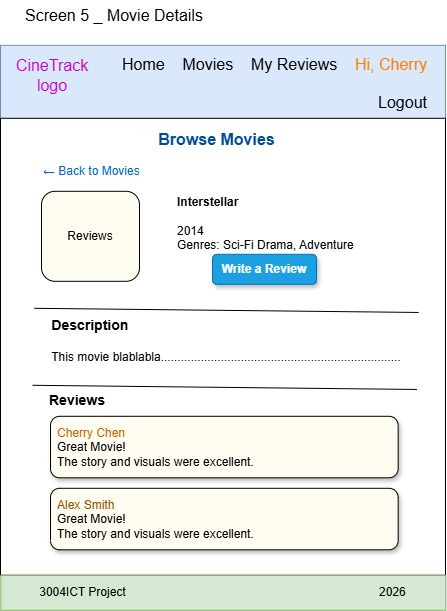
Above: public/images/movie-details.png in cherry4049/3004ICT-movie-watchlist (draw.io), before the change. Source tidied: cells renumbered, new cells last; positions are measured from the earlier drawing's top-left corner, leaving out a move shared by most shapes. Its diagram source:
```xml
<mxGraphModel>
  <root>
    <mxCell id="0" />
    <mxCell id="1" parent="0" />
    <mxCell id="2" style="rounded=0;whiteSpace=wrap;html=1;fillColor=#dae8fc;strokeColor=#6c8ebf;" parent="1" vertex="1">
      <mxGeometry y="45" width="445" height="76" as="geometry" />
    </mxCell>
    <mxCell id="3" value="&amp;nbsp; &amp;nbsp; &amp;nbsp; &amp;nbsp; &amp;nbsp; &amp;nbsp;&amp;nbsp; " style="rounded=0;whiteSpace=wrap;html=1;verticalAlign=bottom;spacingBottom=0;fillColor=#FFFFFF;" parent="1" vertex="1">
      <mxGeometry y="118" width="445" height="457" as="geometry" />
    </mxCell>
    <mxCell id="4" value="&lt;span style=&quot;color: rgb(204, 0, 204);&quot;&gt;CineTrack logo&lt;/span&gt;" style="text;html=1;whiteSpace=wrap;strokeColor=none;fillColor=none;align=center;verticalAlign=middle;rounded=0;fontSize=16;" parent="1" vertex="1">
      <mxGeometry x="22" y="60" width="60" height="30" as="geometry" />
    </mxCell>
    <mxCell id="5" value="Home&amp;nbsp; &amp;nbsp; Movies&amp;nbsp; &amp;nbsp; My Reviews&amp;nbsp; &amp;nbsp; &lt;span style=&quot;color: light-dark(rgb(255, 128, 0), rgb(255, 255, 255));&quot;&gt;H&lt;span style=&quot;background-color: transparent;&quot;&gt;i, Cherry&lt;/span&gt;&lt;/span&gt;&lt;div&gt;&lt;span style=&quot;background-color: transparent; color: light-dark(rgb(0, 0, 0), rgb(255, 255, 255));&quot;&gt;&lt;br&gt;&lt;/span&gt;&lt;/div&gt;&lt;div&gt;&lt;span style=&quot;background-color: transparent; color: light-dark(rgb(0, 0, 0), rgb(255, 255, 255));&quot;&gt;Logout&lt;/span&gt;&lt;/div&gt;" style="text;html=1;whiteSpace=wrap;strokeColor=none;fillColor=none;align=right;verticalAlign=middle;rounded=0;fontSize=16;" parent="1" vertex="1">
      <mxGeometry x="120" y="52.5" width="309" height="61.5" as="geometry" />
    </mxCell>
    <mxCell id="6" value="&lt;b&gt;&lt;font style=&quot;font-size: 16px; color: rgb(0, 76, 153);&quot;&gt;Browse Movies&lt;/font&gt;&lt;/b&gt;" style="text;html=1;whiteSpace=wrap;strokeColor=none;fillColor=none;align=center;verticalAlign=middle;rounded=0;" parent="1" vertex="1">
      <mxGeometry x="46" y="124" width="341" height="30" as="geometry" />
    </mxCell>
    <mxCell id="7" value="Screen 5 _ Movie Details" style="text;html=1;whiteSpace=wrap;strokeColor=none;fillColor=none;align=center;verticalAlign=middle;rounded=0;fontSize=16;" parent="1" vertex="1">
      <mxGeometry x="16" width="196" height="30" as="geometry" />
    </mxCell>
    <mxCell id="8" value="Reviews " style="rounded=1;whiteSpace=wrap;html=1;align=center;fillColor=#FFFDF2;" parent="1" vertex="1">
      <mxGeometry x="41" y="191" width="98" height="90" as="geometry" />
    </mxCell>
    <mxCell id="9" value="&lt;div style=&quot;text-align: left;&quot;&gt;&lt;b style=&quot;font-size: 14px; background-color: transparent; color: light-dark(rgb(0, 0, 0), rgb(255, 255, 255));&quot;&gt;Description&lt;/b&gt;&lt;/div&gt;&lt;div style=&quot;text-align: left;&quot;&gt;&lt;font style=&quot;font-size: 14px;&quot;&gt;&lt;b&gt;&lt;br&gt;&lt;/b&gt;&lt;/font&gt;&lt;/div&gt;&lt;div style=&quot;text-align: left;&quot;&gt;&lt;font&gt;This movie blablabla........................................................................&lt;/font&gt;&lt;/div&gt;" style="text;html=1;whiteSpace=wrap;strokeColor=none;fillColor=none;align=center;verticalAlign=middle;rounded=0;" parent="1" vertex="1">
      <mxGeometry x="37.8" y="308" width="376" height="64" as="geometry" />
    </mxCell>
    <mxCell id="10" value="Write a Review" style="rounded=1;whiteSpace=wrap;html=1;fillColor=#1ba1e2;strokeColor=#006EAF;fontColor=#ffffff;fontStyle=1;shadow=1;" parent="1" vertex="1">
      <mxGeometry x="212" y="254" width="104" height="30" as="geometry" />
    </mxCell>
    <mxCell id="11" value="&lt;span style=&quot;color: rgb(0, 102, 204);&quot;&gt;← Back to Movies&lt;/span&gt;" style="text;whiteSpace=wrap;html=1;" parent="1" vertex="1">
      <mxGeometry x="41" y="157" width="125" height="36" as="geometry" />
    </mxCell>
    <mxCell id="12" value="&lt;b&gt;Interstellar&lt;/b&gt;&lt;div&gt;&lt;b&gt;&lt;br&gt;&lt;/b&gt;&lt;/div&gt;&lt;div&gt;2014&lt;/div&gt;&lt;div&gt;Genres: Sci-Fi Drama, Adventure&lt;/div&gt;&lt;div&gt;&lt;b&gt;&lt;br&gt;&lt;/b&gt;&lt;/div&gt;" style="text;whiteSpace=wrap;html=1;shadow=1;" parent="1" vertex="1">
      <mxGeometry x="174.5" y="188" width="221.2" height="76" as="geometry" />
    </mxCell>
    <mxCell id="13" value="&lt;b&gt;&lt;font style=&quot;font-size: 14px;&quot;&gt;Reviews&lt;/font&gt;&lt;/b&gt;" style="text;whiteSpace=wrap;html=1;" parent="1" vertex="1">
      <mxGeometry x="47" y="385" width="73" height="36" as="geometry" />
    </mxCell>
    <mxCell id="14" value="&lt;span style=&quot;color: rgb(204, 102, 0);&quot;&gt;Cherry Chen&lt;/span&gt;&lt;div&gt;Great Movie!&lt;/div&gt;&lt;div&gt;The story and visuals were excellent.&lt;/div&gt;" style="rounded=1;whiteSpace=wrap;html=1;align=left;spacingLeft=5;fillColor=#FFFDF2;shadow=1;" parent="1" vertex="1">
      <mxGeometry x="50" y="416" width="347.7" height="61.5" as="geometry" />
    </mxCell>
    <mxCell id="15" value="&lt;span style=&quot;color: rgb(153, 76, 0);&quot;&gt;Alex Smith&lt;/span&gt;&lt;div&gt;Great Movie!&lt;/div&gt;&lt;div&gt;The story and visuals were excellent.&lt;/div&gt;" style="rounded=1;whiteSpace=wrap;html=1;align=left;spacingLeft=5;fillColor=#FFFDF2;shadow=1;" parent="1" vertex="1">
      <mxGeometry x="50" y="488" width="347.7" height="61.5" as="geometry" />
    </mxCell>
    <mxCell id="16" value="3004ICT Project&amp;nbsp; &amp;nbsp; &amp;nbsp; &amp;nbsp; &amp;nbsp; &amp;nbsp; &amp;nbsp; &amp;nbsp; &amp;nbsp; &amp;nbsp; &amp;nbsp; &amp;nbsp; &amp;nbsp; &amp;nbsp; &amp;nbsp; &amp;nbsp; &amp;nbsp; &amp;nbsp; &amp;nbsp; &amp;nbsp; &amp;nbsp; &amp;nbsp; &amp;nbsp; &amp;nbsp; &amp;nbsp; &amp;nbsp; &amp;nbsp; &amp;nbsp; &amp;nbsp; &amp;nbsp; &amp;nbsp; &amp;nbsp; &amp;nbsp; &amp;nbsp; &amp;nbsp; &amp;nbsp; &amp;nbsp; &amp;nbsp; 2026" style="text;html=1;whiteSpace=wrap;strokeColor=#82b366;fillColor=#d5e8d4;align=center;verticalAlign=middle;rounded=0;" parent="1" vertex="1">
      <mxGeometry x="0.3" y="575" width="445" height="35" as="geometry" />
    </mxCell>
    <mxCell id="17" style="endArrow=none;html=1;rounded=0;fontSize=12;startSize=8;endSize=8;curved=1;exitX=0;exitY=0;exitDx=0;exitDy=0;entryX=1.022;entryY=0.065;entryDx=0;entryDy=0;entryPerimeter=0;" parent="1" edge="1">
      <mxGeometry relative="1" as="geometry">
        <mxPoint x="33.8" y="308" as="sourcePoint" />
        <mxPoint x="418.1" y="312.2" as="targetPoint" />
      </mxGeometry>
    </mxCell>
    <mxCell id="18" style="endArrow=none;html=1;rounded=0;fontSize=12;startSize=8;endSize=8;curved=1;exitX=0;exitY=0;exitDx=0;exitDy=0;entryX=1.022;entryY=0.065;entryDx=0;entryDy=0;entryPerimeter=0;" parent="1" edge="1">
      <mxGeometry relative="1" as="geometry">
        <mxPoint x="32.2" y="385" as="sourcePoint" />
        <mxPoint x="416.5" y="389.2" as="targetPoint" />
      </mxGeometry>
    </mxCell>
  </root>
</mxGraphModel>
```
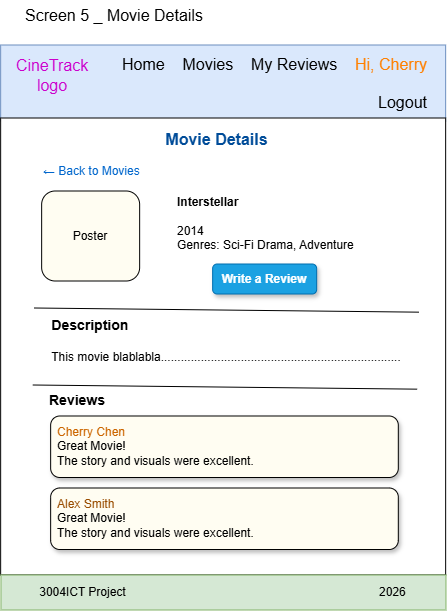
The same file after the commit.

The edit, as a diff of the source:
```diff
@@ -2,7 +2,7 @@
   <root>
     <mxCell id="0" />
     <mxCell id="1" parent="0" />
-    <mxCell id="2" style="rounded=0;whiteSpace=wrap;html=1;fillColor=#dae8fc;strokeColor=#6c8ebf;" parent="1" vertex="1">
+    <mxCell id="2" value="&amp;nbsp;" style="rounded=0;whiteSpace=wrap;html=1;fillColor=#dae8fc;strokeColor=#6c8ebf;" parent="1" vertex="1">
       <mxGeometry y="45" width="445" height="76" as="geometry" />
     </mxCell>
     <mxCell id="3" value="&amp;nbsp; &amp;nbsp; &amp;nbsp; &amp;nbsp; &amp;nbsp; &amp;nbsp;&amp;nbsp; " style="rounded=0;whiteSpace=wrap;html=1;verticalAlign=bottom;spacingBottom=0;fillColor=#FFFFFF;" parent="1" vertex="1">
@@ -14,20 +14,20 @@
     <mxCell id="5" value="Home&amp;nbsp; &amp;nbsp; Movies&amp;nbsp; &amp;nbsp; My Reviews&amp;nbsp; &amp;nbsp; &lt;span style=&quot;color: light-dark(rgb(255, 128, 0), rgb(255, 255, 255));&quot;&gt;H&lt;span style=&quot;background-color: transparent;&quot;&gt;i, Cherry&lt;/span&gt;&lt;/span&gt;&lt;div&gt;&lt;span style=&quot;background-color: transparent; color: light-dark(rgb(0, 0, 0), rgb(255, 255, 255));&quot;&gt;&lt;br&gt;&lt;/span&gt;&lt;/div&gt;&lt;div&gt;&lt;span style=&quot;background-color: transparent; color: light-dark(rgb(0, 0, 0), rgb(255, 255, 255));&quot;&gt;Logout&lt;/span&gt;&lt;/div&gt;" style="text;html=1;whiteSpace=wrap;strokeColor=none;fillColor=none;align=right;verticalAlign=middle;rounded=0;fontSize=16;" parent="1" vertex="1">
       <mxGeometry x="120" y="52.5" width="309" height="61.5" as="geometry" />
     </mxCell>
-    <mxCell id="6" value="&lt;b&gt;&lt;font style=&quot;font-size: 16px; color: rgb(0, 76, 153);&quot;&gt;Browse Movies&lt;/font&gt;&lt;/b&gt;" style="text;html=1;whiteSpace=wrap;strokeColor=none;fillColor=none;align=center;verticalAlign=middle;rounded=0;" parent="1" vertex="1">
+    <mxCell id="6" value="&lt;b&gt;&lt;font style=&quot;font-size: 16px; color: rgb(0, 76, 153);&quot;&gt;Movie Details&lt;/font&gt;&lt;/b&gt;" style="text;html=1;whiteSpace=wrap;strokeColor=none;fillColor=none;align=center;verticalAlign=middle;rounded=0;" parent="1" vertex="1">
       <mxGeometry x="46" y="124" width="341" height="30" as="geometry" />
     </mxCell>
     <mxCell id="7" value="Screen 5 _ Movie Details" style="text;html=1;whiteSpace=wrap;strokeColor=none;fillColor=none;align=center;verticalAlign=middle;rounded=0;fontSize=16;" parent="1" vertex="1">
       <mxGeometry x="16" width="196" height="30" as="geometry" />
     </mxCell>
-    <mxCell id="8" value="Reviews " style="rounded=1;whiteSpace=wrap;html=1;align=center;fillColor=#FFFDF2;" parent="1" vertex="1">
+    <mxCell id="8" value="Poster" style="rounded=1;whiteSpace=wrap;html=1;align=center;fillColor=#FFFDF2;" parent="1" vertex="1">
       <mxGeometry x="41" y="191" width="98" height="90" as="geometry" />
     </mxCell>
     <mxCell id="9" value="&lt;div style=&quot;text-align: left;&quot;&gt;&lt;b style=&quot;font-size: 14px; background-color: transparent; color: light-dark(rgb(0, 0, 0), rgb(255, 255, 255));&quot;&gt;Description&lt;/b&gt;&lt;/div&gt;&lt;div style=&quot;text-align: left;&quot;&gt;&lt;font style=&quot;font-size: 14px;&quot;&gt;&lt;b&gt;&lt;br&gt;&lt;/b&gt;&lt;/font&gt;&lt;/div&gt;&lt;div style=&quot;text-align: left;&quot;&gt;&lt;font&gt;This movie blablabla........................................................................&lt;/font&gt;&lt;/div&gt;" style="text;html=1;whiteSpace=wrap;strokeColor=none;fillColor=none;align=center;verticalAlign=middle;rounded=0;" parent="1" vertex="1">
       <mxGeometry x="37.8" y="308" width="376" height="64" as="geometry" />
     </mxCell>
     <mxCell id="10" value="Write a Review" style="rounded=1;whiteSpace=wrap;html=1;fillColor=#1ba1e2;strokeColor=#006EAF;fontColor=#ffffff;fontStyle=1;shadow=1;" parent="1" vertex="1">
-      <mxGeometry x="212" y="254" width="104" height="30" as="geometry" />
+      <mxGeometry x="212" y="264" width="104" height="30" as="geometry" />
     </mxCell>
     <mxCell id="11" value="&lt;span style=&quot;color: rgb(0, 102, 204);&quot;&gt;← Back to Movies&lt;/span&gt;" style="text;whiteSpace=wrap;html=1;" parent="1" vertex="1">
       <mxGeometry x="41" y="157" width="125" height="36" as="geometry" />
```
